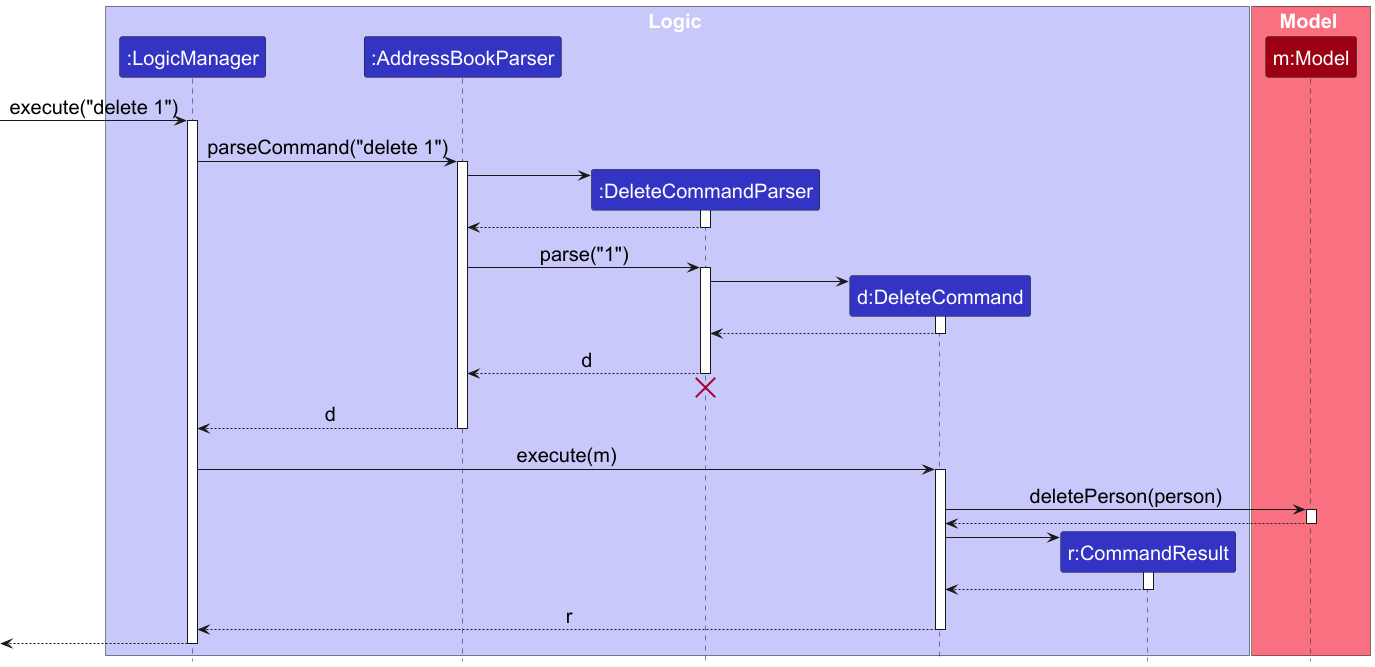
Before: docs/images/DeleteSequenceDiagram.png, a diagram exported from PlantUML (nus-cs2103-AY2425S1/tp).
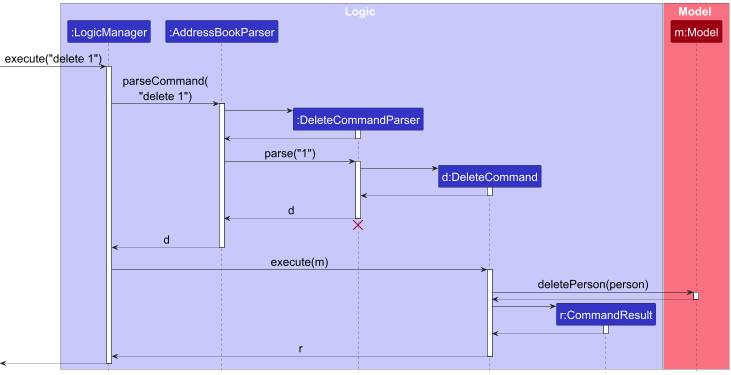
Above is the later version.

Change to the diagram source:
```diff
@@ -1,7 +1,7 @@
 @startuml
 !include style.puml
 skinparam ArrowFontStyle plain
-skinparam DefaultFontSize 20
+skinparam DefaultFontSize 23
 
 box Logic LOGIC_COLOR_T1
 participant ":LogicManager" as LogicManager LOGIC_COLOR
@@ -18,7 +18,7 @@
 [-> LogicManager : execute("delete 1")
 activate LogicManager
 
-LogicManager -> AddressBookParser : parseCommand("delete 1")
+LogicManager -> AddressBookParser : parseCommand(\n"delete 1")
 activate AddressBookParser
 
 create DeleteCommandParser
```
